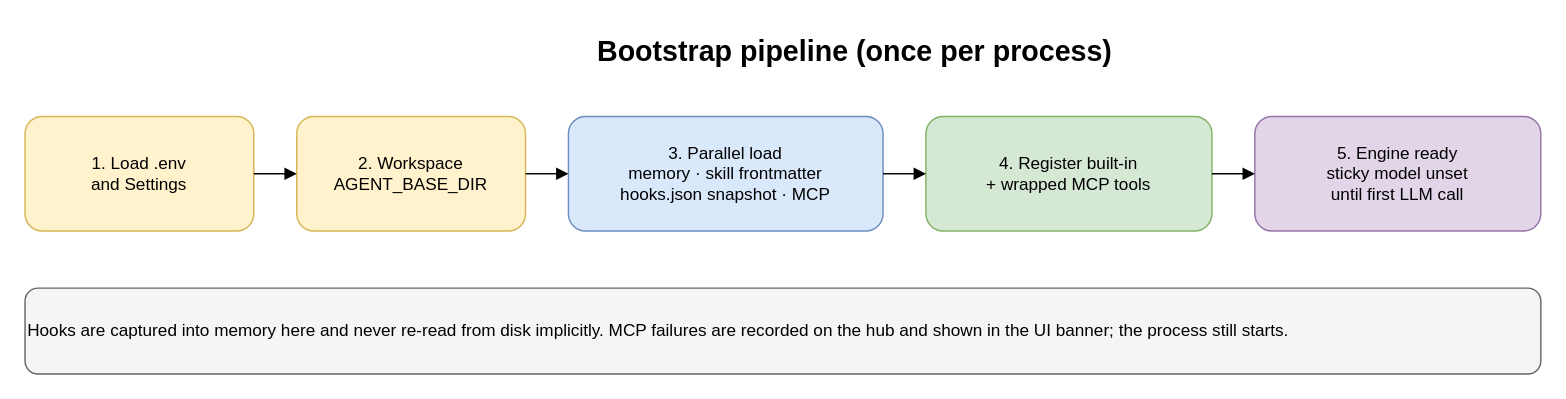
QuantumByte-01/General-Local-Agent keeps this draw.io diagram as docs/diagrams/bootstrap.drawio. Above is the earlier version. Source tidied: cells renumbered, new cells numbered last; positions are measured from the earlier drawing's top-left corner, leaving out a move shared by most shapes. Both pictures are drawn from the tidied source at 143%, with x=0, y=0 at pixel (24, 24).
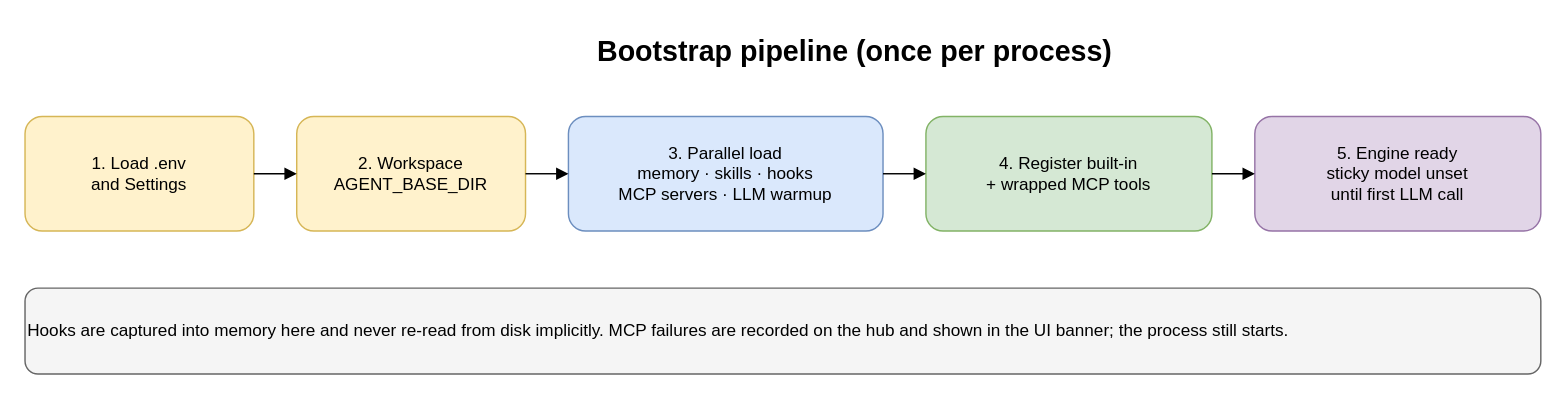
The same page after the edit.

Change to the diagram source:
```diff
@@
 <mxGraphModel>
   <root>
     <mxCell id="0" />
     <mxCell id="1" parent="0" />
     <mxCell id="2" value="Bootstrap pipeline (once per process)" style="text;html=1;fontSize=20;fontStyle=1;align=center;" parent="1" vertex="1">
       <mxGeometry x="320" width="520" height="30" as="geometry" />
     </mxCell>
     <mxCell id="3" value="1. Load .env&#10;and Settings" style="rounded=1;whiteSpace=wrap;html=1;fillColor=#fff2cc;strokeColor=#d6b656;" parent="1" vertex="1">
       <mxGeometry y="64" width="160" height="80" as="geometry" />
     </mxCell>
     <mxCell id="4" value="2. Workspace&#10;AGENT_BASE_DIR" style="rounded=1;whiteSpace=wrap;html=1;fillColor=#fff2cc;strokeColor=#d6b656;" parent="1" vertex="1">
       <mxGeometry x="190" y="64" width="160" height="80" as="geometry" />
     </mxCell>
-    <mxCell id="5" value="3. Parallel load&#10;memory · skill frontmatter&#10;hooks.json snapshot · MCP" style="rounded=1;whiteSpace=wrap;html=1;fillColor=#dae8fc;strokeColor=#6c8ebf;" parent="1" vertex="1">
+    <mxCell id="5" value="3. Parallel load&#10;memory · skills · hooks&#10;MCP servers · LLM warmup" style="rounded=1;whiteSpace=wrap;html=1;fillColor=#dae8fc;strokeColor=#6c8ebf;" parent="1" vertex="1">
       <mxGeometry x="380" y="64" width="220" height="80" as="geometry" />
     </mxCell>
     <mxCell id="6" value="4. Register built-in&#10;+ wrapped MCP tools" style="rounded=1;whiteSpace=wrap;html=1;fillColor=#d5e8d4;strokeColor=#82b366;" parent="1" vertex="1">
       <mxGeometry x="630" y="64" width="200" height="80" as="geometry" />
     </mxCell>
     <mxCell id="7" value="5. Engine ready&#10;sticky model unset&#10;until first LLM call" style="rounded=1;whiteSpace=wrap;html=1;fillColor=#e1d5e7;strokeColor=#9673a6;" parent="1" vertex="1">
       <mxGeometry x="860" y="64" width="200" height="80" as="geometry" />
     </mxCell>
     <mxCell id="8" value="Hooks are captured into memory here and never re-read from disk implicitly. MCP failures are recorded on the hub and shown in the UI banner; the process still starts." style="rounded=1;whiteSpace=wrap;html=1;align=left;fillColor=#f5f5f5;strokeColor=#666666;" parent="1" vertex="1">
       <mxGeometry y="184" width="1060" height="60" as="geometry" />
     </mxCell>
     <mxCell id="9" style="endArrow=block;html=1;rounded=1;" parent="1" edge="1" source="3" target="4">
       <mxGeometry relative="1" as="geometry" />
     </mxCell>
     <mxCell id="10" style="endArrow=block;html=1;rounded=1;" parent="1" edge="1" source="4" target="5">
       <mxGeometry relative="1" as="geometry" />
     </mxCell>
     <mxCell id="11" style="endArrow=block;html=1;rounded=1;" parent="1" edge="1" source="5" target="6">
       <mxGeometry relative="1" as="geometry" />
     </mxCell>
     <mxCell id="12" style="endArrow=block;html=1;rounded=1;" parent="1" edge="1" source="6" target="7">
       <mxGeometry relative="1" as="geometry" />
     </mxCell>
   </root>
 </mxGraphModel>
```
